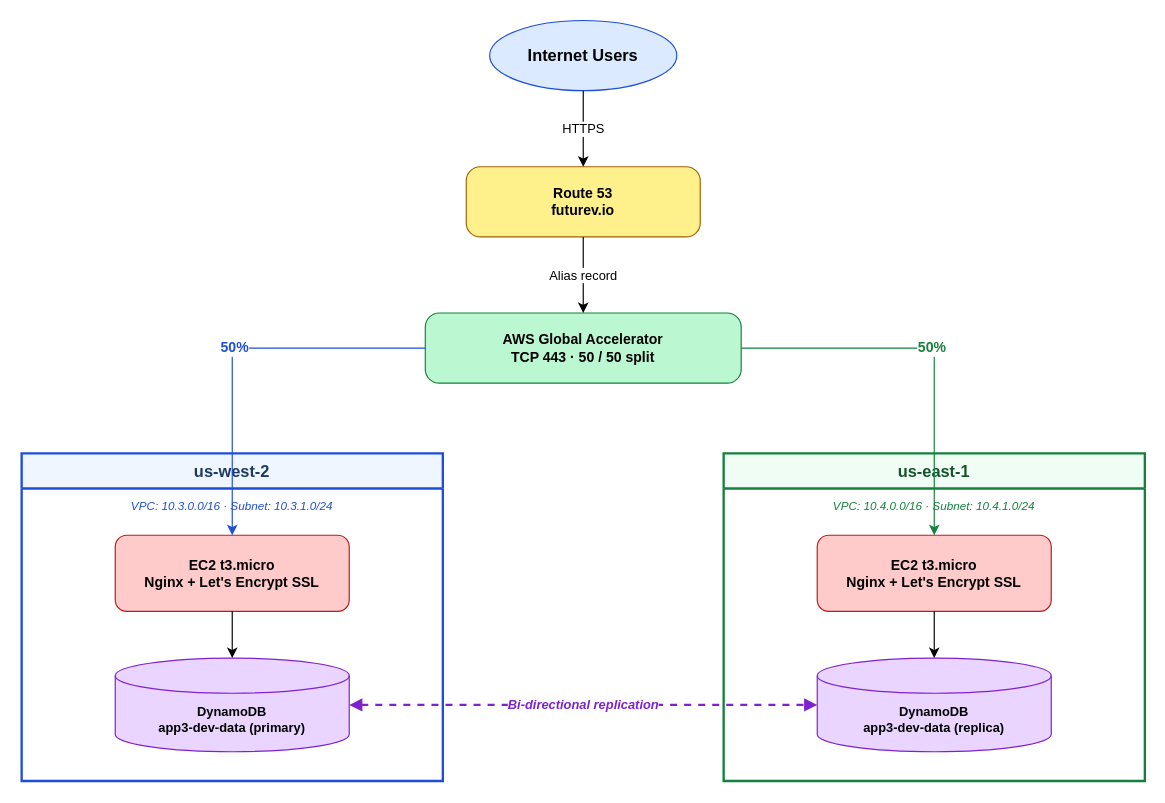
This is terraform/live/aws/stacks/app3/diagrams/app3-architecture.drawio from vegatros/repo1, a draw.io file, before an edit. Source tidied: cells renumbered, new cells numbered last; positions are measured from the earlier drawing's top-left corner, leaving out a move shared by most shapes. Both pictures are drawn from the tidied source at 117%, with x=0, y=0 at pixel (21, 20).
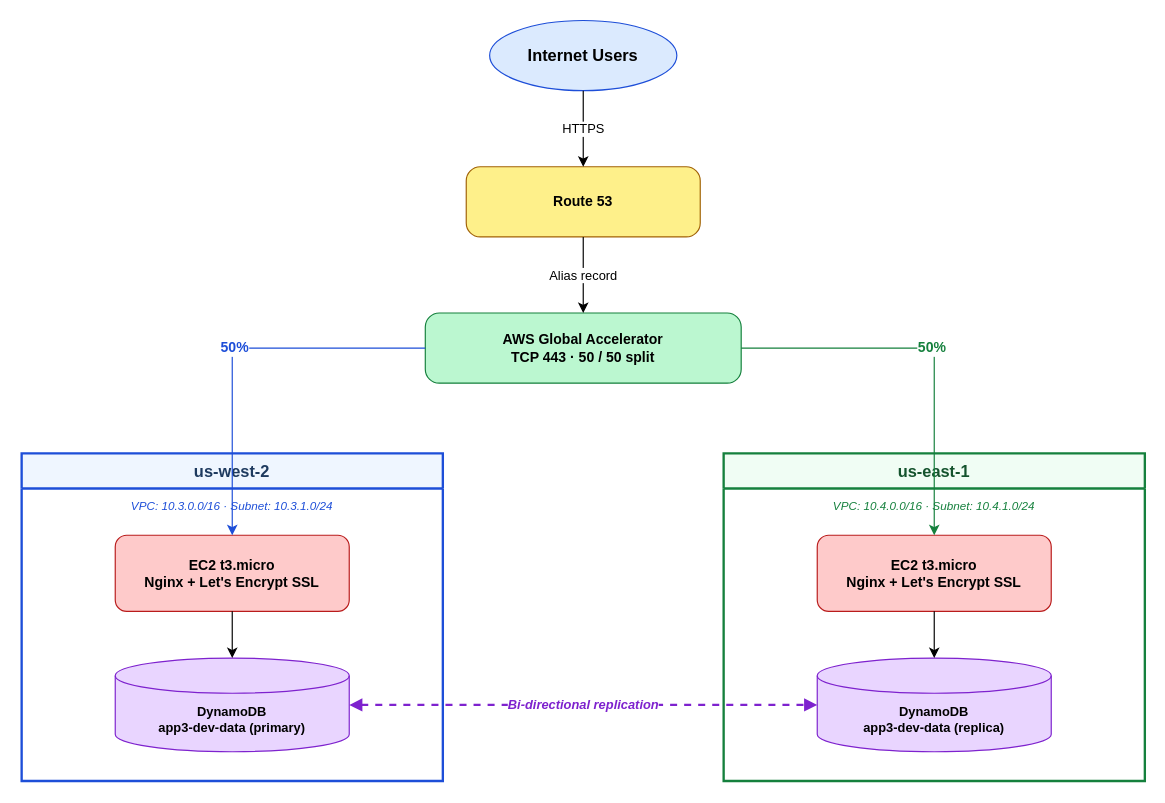
After the change.

Commit message (it also covers changes not shown here):
remove domain references from diagrams

What changed in the source:
```diff
@@
 <mxGraphModel>
   <root>
     <mxCell id="0" />
     <mxCell id="1" parent="0" />
     <mxCell id="2" value="Internet Users" style="ellipse;whiteSpace=wrap;html=1;fillColor=#dbeafe;strokeColor=#1d4ed8;fontStyle=1;fontSize=14;" parent="1" vertex="1">
       <mxGeometry x="400" width="160" height="60" as="geometry" />
     </mxCell>
-    <mxCell id="3" value="Route 53&#10;futurev.io" style="rounded=1;whiteSpace=wrap;html=1;fillColor=#fef08a;strokeColor=#a16207;fontStyle=1;fontSize=12;arcSize=20;" parent="1" vertex="1">
+    <mxCell id="3" value="Route 53" style="rounded=1;whiteSpace=wrap;html=1;fillColor=#fef08a;strokeColor=#a16207;fontStyle=1;fontSize=12;arcSize=20;" parent="1" vertex="1">
       <mxGeometry x="380" y="125" width="200" height="60" as="geometry" />
     </mxCell>
     <mxCell id="4" value="AWS Global Accelerator&#10;TCP 443  ·  50 / 50 split" style="rounded=1;whiteSpace=wrap;html=1;fillColor=#bbf7d0;strokeColor=#15803d;fontStyle=1;fontSize=12;arcSize=20;" parent="1" vertex="1">
       <mxGeometry x="345" y="250" width="270" height="60" as="geometry" />
     </mxCell>
     <mxCell id="5" value="us-west-2" style="swimlane;startSize=30;fillColor=#eff6ff;strokeColor=#1d4ed8;fontStyle=1;fontSize=14;fontColor=#1e3a5f;strokeWidth=2;arcSize=5;" parent="1" vertex="1">
       <mxGeometry y="370" width="360" height="280" as="geometry" />
     </mxCell>
     <mxCell id="6" value="VPC: 10.3.0.0/16  ·  Subnet: 10.3.1.0/24" style="text;html=1;strokeColor=none;fillColor=none;align=center;verticalAlign=middle;whiteSpace=wrap;rounded=0;fontStyle=2;fontSize=10;fontColor=#1d4ed8;" parent="5" vertex="1">
       <mxGeometry x="20" y="35" width="320" height="20" as="geometry" />
     </mxCell>
     <mxCell id="7" value="EC2  t3.micro&#10;Nginx + Let's Encrypt SSL" style="rounded=1;whiteSpace=wrap;html=1;fillColor=#fecaca;strokeColor=#b91c1c;fontStyle=1;fontSize=12;arcSize=15;" parent="5" vertex="1">
       <mxGeometry x="80" y="70" width="200" height="65" as="geometry" />
     </mxCell>
     <mxCell id="8" value="DynamoDB&#10;app3-dev-data (primary)" style="shape=cylinder3;whiteSpace=wrap;html=1;boundedLbl=1;backgroundOutline=1;size=15;fillColor=#e9d5ff;strokeColor=#7e22ce;fontStyle=1;fontSize=11;" parent="5" vertex="1">
       <mxGeometry x="80" y="175" width="200" height="80" as="geometry" />
     </mxCell>
     <mxCell id="9" value="us-east-1" style="swimlane;startSize=30;fillColor=#f0fdf4;strokeColor=#15803d;fontStyle=1;fontSize=14;fontColor=#14532d;strokeWidth=2;arcSize=5;" parent="1" vertex="1">
       <mxGeometry x="600" y="370" width="360" height="280" as="geometry" />
     </mxCell>
     <mxCell id="10" value="VPC: 10.4.0.0/16  ·  Subnet: 10.4.1.0/24" style="text;html=1;strokeColor=none;fillColor=none;align=center;verticalAlign=middle;whiteSpace=wrap;rounded=0;fontStyle=2;fontSize=10;fontColor=#15803d;" parent="9" vertex="1">
       <mxGeometry x="20" y="35" width="320" height="20" as="geometry" />
     </mxCell>
     <mxCell id="11" value="EC2  t3.micro&#10;Nginx + Let's Encrypt SSL" style="rounded=1;whiteSpace=wrap;html=1;fillColor=#fecaca;strokeColor=#b91c1c;fontStyle=1;fontSize=12;arcSize=15;" parent="9" vertex="1">
       <mxGeometry x="80" y="70" width="200" height="65" as="geometry" />
     </mxCell>
     <mxCell id="12" value="DynamoDB&#10;app3-dev-data (replica)" style="shape=cylinder3;whiteSpace=wrap;html=1;boundedLbl=1;backgroundOutline=1;size=15;fillColor=#e9d5ff;strokeColor=#7e22ce;fontStyle=1;fontSize=11;" parent="9" vertex="1">
       <mxGeometry x="80" y="175" width="200" height="80" as="geometry" />
     </mxCell>
     <mxCell id="13" value="HTTPS" style="edgeStyle=orthogonalEdgeStyle;rounded=0;html=1;fontSize=11;exitX=0.5;exitY=1;exitDx=0;exitDy=0;entryX=0.5;entryY=0;entryDx=0;entryDy=0;" parent="1" edge="1" source="2" target="3">
       <mxGeometry relative="1" as="geometry" />
     </mxCell>
     <mxCell id="14" value="Alias record" style="edgeStyle=orthogonalEdgeStyle;rounded=0;html=1;fontSize=11;exitX=0.5;exitY=1;exitDx=0;exitDy=0;entryX=0.5;entryY=0;entryDx=0;entryDy=0;" parent="1" edge="1" source="3" target="4">
       <mxGeometry relative="1" as="geometry" />
     </mxCell>
     <mxCell id="15" value="50%" style="edgeStyle=orthogonalEdgeStyle;rounded=0;html=1;fontStyle=1;fontSize=12;fontColor=#1d4ed8;strokeColor=#1d4ed8;" parent="1" edge="1" source="4" target="7">
       <mxGeometry relative="1" as="geometry" />
     </mxCell>
     <mxCell id="16" value="50%" style="edgeStyle=orthogonalEdgeStyle;rounded=0;html=1;fontStyle=1;fontSize=12;fontColor=#15803d;strokeColor=#15803d;" parent="1" edge="1" source="4" target="11">
       <mxGeometry relative="1" as="geometry" />
     </mxCell>
     <mxCell id="17" style="edgeStyle=orthogonalEdgeStyle;rounded=0;html=1;" parent="5" edge="1" source="7" target="8">
       <mxGeometry relative="1" as="geometry" />
     </mxCell>
     <mxCell id="18" style="edgeStyle=orthogonalEdgeStyle;rounded=0;html=1;" parent="9" edge="1" source="11" target="12">
       <mxGeometry relative="1" as="geometry" />
     </mxCell>
     <mxCell id="19" value="Bi-directional replication" style="edgeStyle=orthogonalEdgeStyle;rounded=0;html=1;startArrow=block;startFill=1;endArrow=block;endFill=1;fontStyle=3;fontSize=11;fontColor=#7e22ce;strokeColor=#7e22ce;strokeWidth=2;dashed=1;" parent="1" edge="1" source="8" target="12">
       <mxGeometry relative="1" as="geometry" />
     </mxCell>
   </root>
 </mxGraphModel>
```
